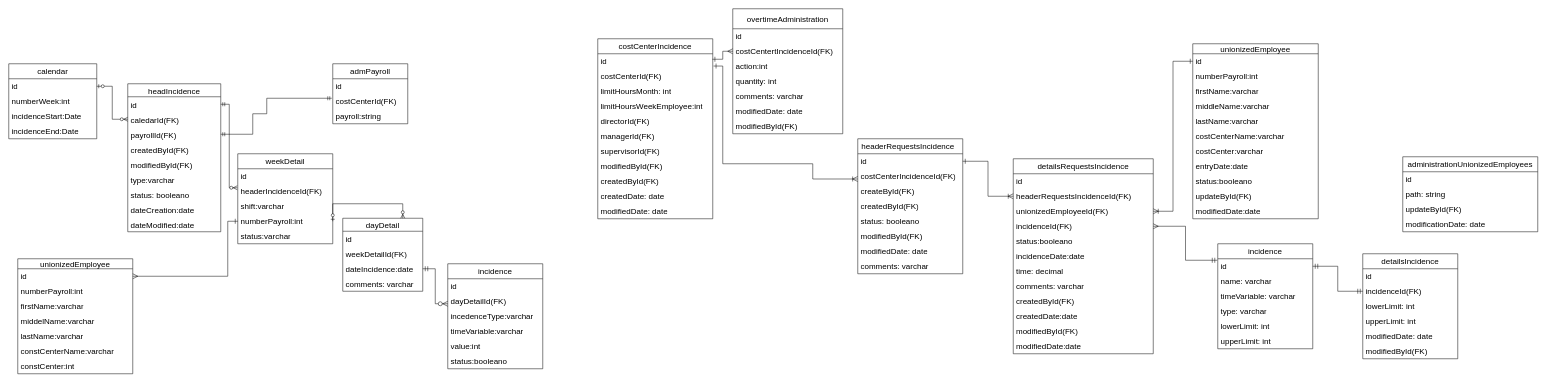
SocorroGC30/prueba3 keeps this draw.io diagram as page "Page-RelationalDiagram" (1 of 2) of Untitled Diagram.drawio. Above is the earlier version. Source tidied: cells renumbered, new cells numbered last; positions are measured from the earlier drawing's top-left corner, leaving out a move shared by most shapes. Both pictures are drawn from the tidied source at 50%, with x=0, y=0 at pixel (8, 8).
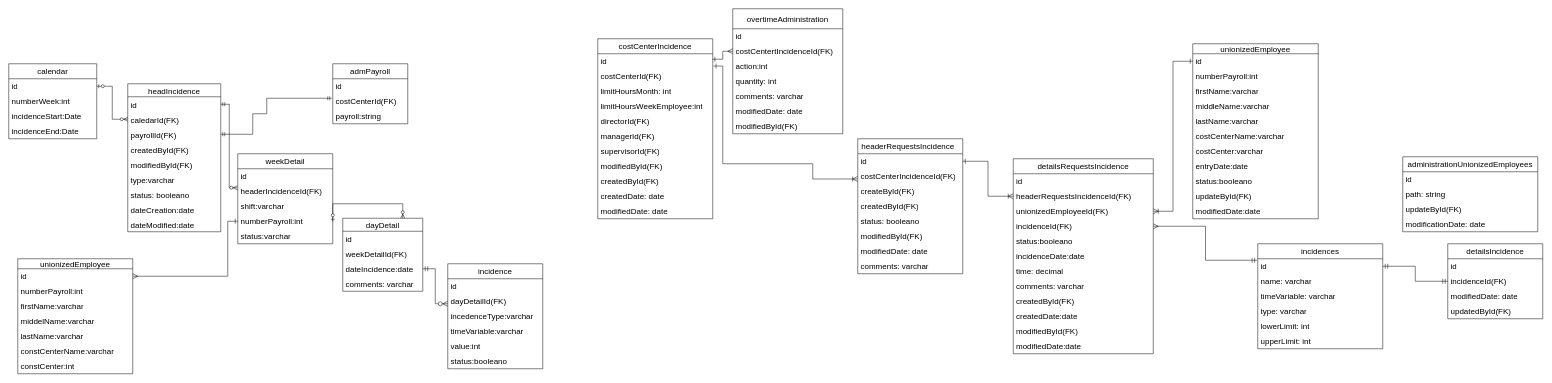
The same page after the edit.

Unchanged cells that the change refers to:
```xml
<mxCell id="112" value="administrationUnionizedEmployees" style="swimlane;fontStyle=0;horizontal=1;startSize=30;whiteSpace=wrap;html=1;fontSize=16;rounded=0;" parent="1" vertex="1">
  <mxGeometry x="2788" y="296" width="270" height="150" as="geometry" />
</mxCell>
```

The edit, as a diff of the source:
```diff
@@
-    <mxCell id="116" value="modificationDate: date&amp;nbsp;" style="text;strokeColor=none;fillColor=none;align=left;verticalAlign=middle;spacingLeft=4;spacingRight=4;overflow=hidden;whiteSpace=wrap;html=1;fontSize=16;rounded=0;" parent="112" vertex="1">
+    <mxCell id="116" value="modificationDate: date&amp;nbsp;" style="text;align=left;verticalAlign=middle;spacingLeft=4;spacingRight=4;overflow=hidden;whiteSpace=wrap;html=1;fontSize=16;rounded=0;" parent="112" vertex="1">
       <mxGeometry y="120" width="270" height="30" as="geometry" />
     </mxCell>
     <mxCell id="117" value="detailsIncidence" style="swimlane;fontStyle=0;horizontal=1;startSize=30;whiteSpace=wrap;html=1;fontSize=16;rounded=0;" parent="1" vertex="1">
-      <mxGeometry x="2708" y="490" width="190" height="210" as="geometry" />
+      <mxGeometry x="2878" y="470" width="190" height="150" as="geometry" />
     </mxCell>
@@
-    <mxCell id="120" value="lowerLimit: int&amp;nbsp;" style="text;strokeColor=none;fillColor=none;align=left;verticalAlign=middle;spacingLeft=4;spacingRight=4;overflow=hidden;whiteSpace=wrap;html=1;fontSize=16;rounded=0;" parent="117" vertex="1">
-      <mxGeometry y="90" width="190" height="30" as="geometry" />
-    </mxCell>
-    <mxCell id="121" value="upperLimit: int&amp;nbsp;" style="text;strokeColor=none;fillColor=none;align=left;verticalAlign=middle;spacingLeft=4;spacingRight=4;overflow=hidden;whiteSpace=wrap;html=1;fontSize=16;rounded=0;" parent="117" vertex="1">
-      <mxGeometry y="120" width="190" height="30" as="geometry" />
-    </mxCell>
     <mxCell id="122" value="modifiedDate: date" style="text;strokeColor=none;fillColor=none;align=left;verticalAlign=middle;spacingLeft=4;spacingRight=4;overflow=hidden;whiteSpace=wrap;html=1;fontSize=16;rounded=0;" parent="117" vertex="1">
-      <mxGeometry y="150" width="190" height="30" as="geometry" />
+      <mxGeometry y="90" width="190" height="30" as="geometry" />
     </mxCell>
-    <mxCell id="123" value="modifiedById(FK)" style="text;strokeColor=none;fillColor=none;align=left;verticalAlign=middle;spacingLeft=4;spacingRight=4;overflow=hidden;whiteSpace=wrap;html=1;fontSize=16;rounded=0;" parent="117" vertex="1">
-      <mxGeometry y="180" width="190" height="30" as="geometry" />
+    <mxCell id="123" value="updatedById(FK)" style="text;strokeColor=none;fillColor=none;align=left;verticalAlign=middle;spacingLeft=4;spacingRight=4;overflow=hidden;whiteSpace=wrap;html=1;fontSize=16;rounded=0;" parent="117" vertex="1">
+      <mxGeometry y="120" width="190" height="30" as="geometry" />
     </mxCell>
-    <mxCell id="124" value="incidence" style="swimlane;fontStyle=0;horizontal=1;startSize=30;whiteSpace=wrap;html=1;fontSize=16;rounded=0;" parent="1" vertex="1">
-      <mxGeometry x="2418" y="470" width="190" height="210" as="geometry" />
+    <mxCell id="124" value="incidences" style="swimlane;fontStyle=0;horizontal=1;startSize=30;whiteSpace=wrap;html=1;fontSize=16;rounded=0;" parent="1" vertex="1">
+      <mxGeometry x="2498" y="470" width="250" height="210" as="geometry" />
     </mxCell>
     <mxCell id="125" value="id" style="text;strokeColor=none;fillColor=none;align=left;verticalAlign=middle;spacingLeft=4;spacingRight=4;overflow=hidden;points=[[0,0.5],[1,0.5]];portConstraint=eastwest;whiteSpace=wrap;html=1;fontSize=16;rounded=0;" parent="124" vertex="1">
-      <mxGeometry y="30" width="190" height="30" as="geometry" />
+      <mxGeometry y="30" width="250" height="30" as="geometry" />
     </mxCell>
     <mxCell id="126" value="name: varchar" style="text;strokeColor=none;fillColor=none;align=left;verticalAlign=middle;spacingLeft=4;spacingRight=4;overflow=hidden;whiteSpace=wrap;html=1;fontSize=16;rounded=0;" parent="124" vertex="1">
-      <mxGeometry y="60" width="190" height="30" as="geometry" />
+      <mxGeometry y="60" width="250" height="30" as="geometry" />
     </mxCell>
     <mxCell id="127" value="timeVariable: varchar" style="text;strokeColor=none;fillColor=none;align=left;verticalAlign=middle;spacingLeft=4;spacingRight=4;overflow=hidden;whiteSpace=wrap;html=1;fontSize=16;rounded=0;" parent="124" vertex="1">
-      <mxGeometry y="90" width="190" height="30" as="geometry" />
+      <mxGeometry y="90" width="250" height="30" as="geometry" />
     </mxCell>
     <mxCell id="128" value="type: varchar" style="text;strokeColor=none;fillColor=none;align=left;verticalAlign=middle;spacingLeft=4;spacingRight=4;overflow=hidden;whiteSpace=wrap;html=1;fontSize=16;rounded=0;" parent="124" vertex="1">
-      <mxGeometry y="120" width="190" height="30" as="geometry" />
+      <mxGeometry y="120" width="250" height="30" as="geometry" />
     </mxCell>
     <mxCell id="129" value="lowerLimit: int" style="text;strokeColor=none;fillColor=none;align=left;verticalAlign=middle;spacingLeft=4;spacingRight=4;overflow=hidden;whiteSpace=wrap;html=1;fontSize=16;rounded=0;" parent="124" vertex="1">
-      <mxGeometry y="150" width="190" height="30" as="geometry" />
+      <mxGeometry y="150" width="250" height="30" as="geometry" />
     </mxCell>
     <mxCell id="130" value="upperLimit: int" style="text;strokeColor=none;fillColor=none;align=left;verticalAlign=middle;spacingLeft=4;spacingRight=4;overflow=hidden;whiteSpace=wrap;html=1;fontSize=16;rounded=0;" parent="124" vertex="1">
-      <mxGeometry y="180" width="190" height="30" as="geometry" />
+      <mxGeometry y="180" width="250" height="30" as="geometry" />
     </mxCell>
```
